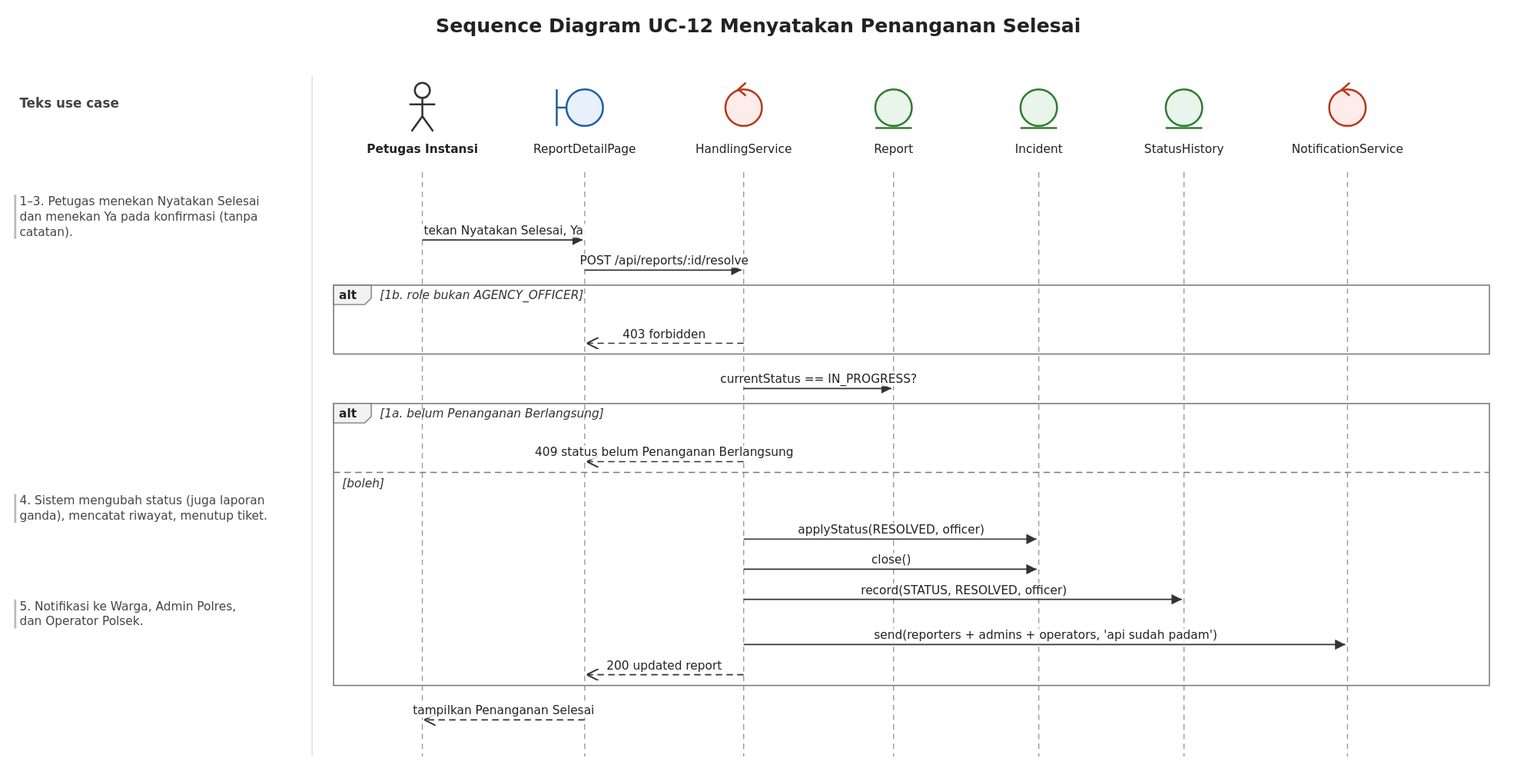
Earlier version of the PlantUML export specs/011-uc12-resolve/iconix/uc12-sequence.svg (wirapatigilang/laporapi-api-web). Its source is kept beside it as specs/011-uc12-resolve/iconix/uc12-sequence.puml.
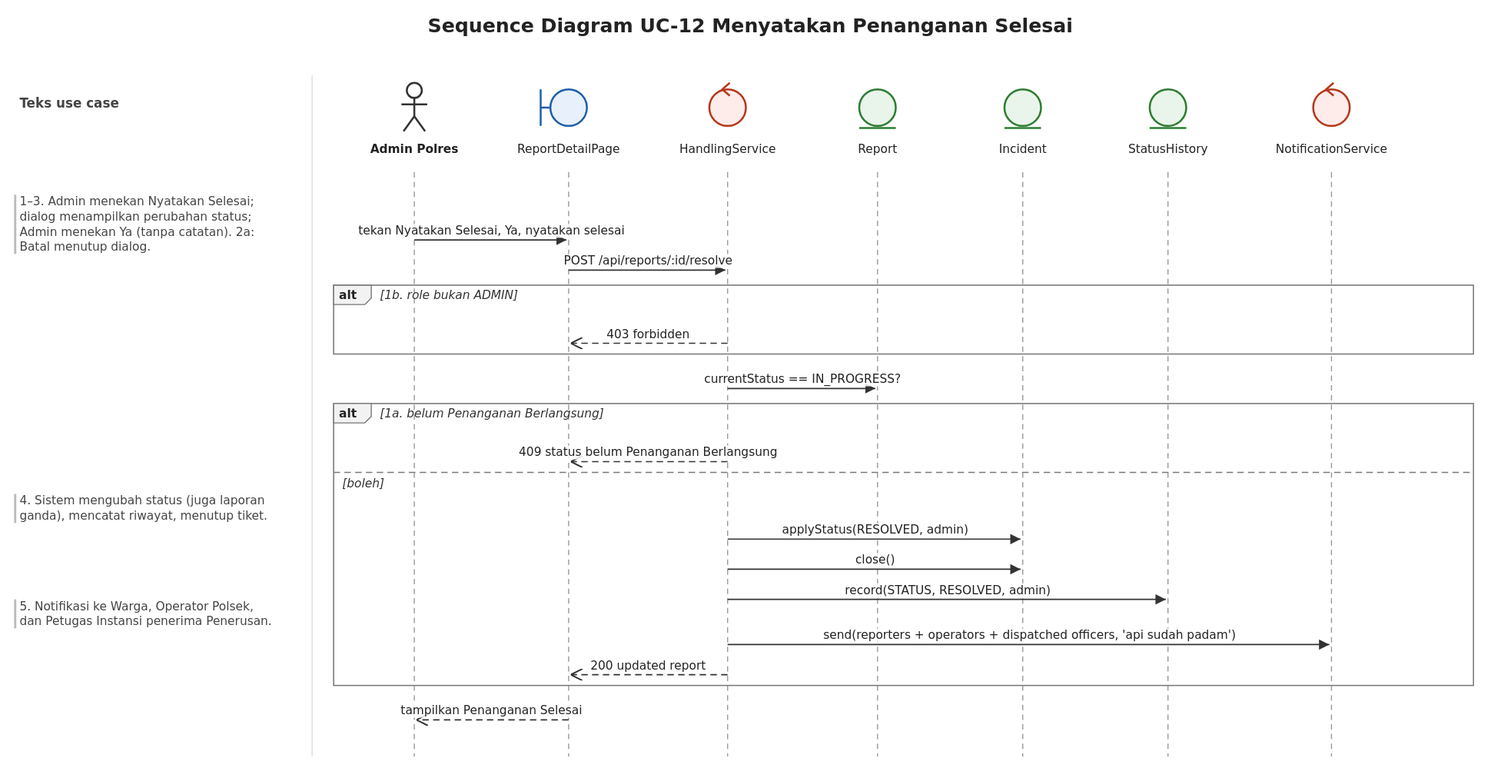
After the change.

Commit message:
Perbarui diagram robustness dan sequence UC-08 dan UC-12 sesuai masukan dosen

What changed in the source:
```diff
@@ -1,17 +1,17 @@
 @startuml
 title Sequence Diagram UC-12 Menyatakan Penanganan Selesai
 autonumber
-actor "Petugas Instansi" as pet
+actor "Admin Polres" as pet
 boundary "ReportDetailPage" as det
 control "HandlingService" as tgn
 entity "Report" as lpr
 entity "Incident" as kjd
 entity "StatusHistory" as rws
 control "NotificationService" as ntf
-note over pet : 1–3. Petugas menekan Nyatakan Selesai dan menekan Ya pada konfirmasi (tanpa catatan).
-pet -> det : tekan Nyatakan Selesai, Ya
+note over pet : 1–3. Admin menekan Nyatakan Selesai; dialog menampilkan perubahan status; Admin menekan Ya (tanpa catatan). 2a: Batal menutup dialog.
+pet -> det : tekan Nyatakan Selesai, Ya, nyatakan selesai
 det -> tgn : POST /api/reports/:id/resolve
-alt 1b. role bukan AGENCY_OFFICER
+alt 1b. role bukan ADMIN
 tgn --> det : 403 forbidden
 end
 tgn -> lpr : currentStatus == IN_PROGRESS?
@@ -19,11 +19,11 @@
 tgn --> det : 409 status belum Penanganan Berlangsung
 else boleh
 note over pet : 4. Sistem mengubah status (juga laporan ganda), mencatat riwayat, menutup tiket.
-tgn -> kjd : applyStatus(RESOLVED, officer)
+tgn -> kjd : applyStatus(RESOLVED, admin)
 tgn -> kjd : close()
-tgn -> rws : record(STATUS, RESOLVED, officer)
-note over pet : 5. Notifikasi ke Warga, Admin Polres, dan Operator Polsek.
-tgn -> ntf : send(reporters + admins + operators, 'api sudah padam')
+tgn -> rws : record(STATUS, RESOLVED, admin)
+note over pet : 5. Notifikasi ke Warga, Operator Polsek, dan Petugas Instansi penerima Penerusan.
+tgn -> ntf : send(reporters + operators + dispatched officers, 'api sudah padam')
 tgn --> det : 200 updated report
 end
 det --> pet : tampilkan Penanganan Selesai
```
